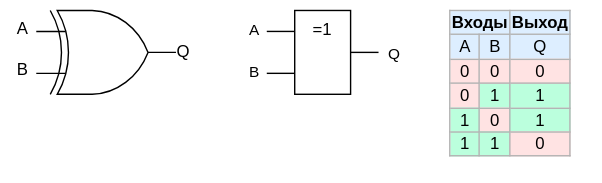
The draw.io diagram .pic/Introduction/How FPGA works/fig_03.drawio.svg in MPSU/APS, before a commit. Source tidied: cells renumbered, new cells last; positions are measured from the earlier drawing's top-left corner, leaving out a move shared by most shapes.
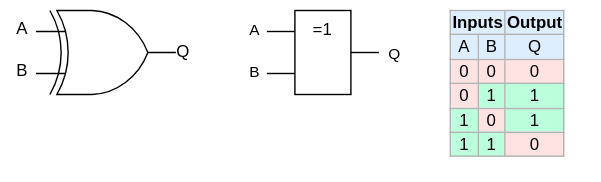
The same file after the commit.

The edit, as a diff of the source:
```diff
@@ -47,7 +47,7 @@
     <mxCell id="12" value="=1" style="rounded=0;whiteSpace=wrap;html=1;horizontal=1;verticalAlign=top;" parent="1" vertex="1">
       <mxGeometry x="210" y="7" width="40" height="60" as="geometry" />
     </mxCell>
-    <mxCell id="13" value="&lt;table border=&quot;1&quot; class=&quot;wikitable&quot; style=&quot;float: right; text-align: center; border: 1px solid rgb(179, 179, 179); border-collapse: collapse;&quot;&gt;&lt;tbody&gt;&lt;tr style=&quot;background:#def;&quot;&gt;&lt;td colspan=&quot;2&quot;&gt;&lt;b&gt;Входы&lt;/b&gt;&lt;/td&gt;&lt;td&gt;&lt;b&gt;Выход&lt;/b&gt;&lt;br&gt;&lt;/td&gt;&lt;/tr&gt;&lt;tr style=&quot;background:#def;&quot;&gt;&lt;td&gt;A&lt;/td&gt;&lt;td&gt;B&lt;/td&gt;&lt;td&gt;Q&lt;br&gt;&lt;/td&gt;&lt;/tr&gt;&lt;tr&gt;&lt;td style=&quot;background: #FFE3E3; color: black; vertical-align: middle; text-align: center;&quot; class=&quot;table-no2&quot;&gt;0&lt;/td&gt;&lt;td style=&quot;background: #FFE3E3; color: black; vertical-align: middle; text-align: center;&quot; class=&quot;table-no2&quot;&gt;0&lt;/td&gt;&lt;td style=&quot;background: #FFE3E3; color: black; vertical-align: middle; text-align: center;&quot; class=&quot;table-no2&quot;&gt;0&lt;br&gt;&lt;/td&gt;&lt;/tr&gt;&lt;tr&gt;&lt;td style=&quot;background: #FFE3E3; color: black; vertical-align: middle; text-align: center;&quot; class=&quot;table-no2&quot;&gt;0&lt;/td&gt;&lt;td style=&quot;background:#bfd; color:black; vertical-align:middle; text-align:center;&quot; class=&quot;table-yes2&quot;&gt;1&lt;/td&gt;&lt;td border=&quot;1&quot; style=&quot;background: rgb(187, 255, 221); color: black; vertical-align: middle; text-align: center; border-collapse: collapse;&quot; class=&quot;table-no2&quot;&gt;&lt;span style=&quot;&quot;&gt;1&lt;/span&gt;&lt;br&gt;&lt;/td&gt;&lt;/tr&gt;&lt;tr&gt;&lt;td style=&quot;background:#bfd; color:black; vertical-align:middle; text-align:center;&quot; class=&quot;table-yes2&quot;&gt;1&lt;/td&gt;&lt;td style=&quot;background: #FFE3E3; color: black; vertical-align: middle; text-align: center;&quot; class=&quot;table-no2&quot;&gt;0&lt;/td&gt;&lt;td style=&quot;background: rgb(187, 255, 221); color: black; vertical-align: middle; text-align: center;&quot; class=&quot;table-no2&quot;&gt;1&lt;br&gt;&lt;/td&gt;&lt;/tr&gt;&lt;tr&gt;&lt;td style=&quot;background:#bfd; color:black; vertical-align:middle; text-align:center;&quot; class=&quot;table-yes2&quot;&gt;1&lt;/td&gt;&lt;td style=&quot;background:#bfd; color:black; vertical-align:middle; text-align:center;&quot; class=&quot;table-yes2&quot;&gt;1&lt;/td&gt;&lt;td style=&quot;background: rgb(255, 227, 227); color: black; vertical-align: middle; text-align: center;&quot; class=&quot;table-yes2&quot;&gt;0&lt;br&gt;&lt;/td&gt;&lt;/tr&gt;&lt;/tbody&gt;&lt;/table&gt;" style="text;whiteSpace=wrap;html=1;strokeColor=none;" parent="1" vertex="1">
+    <mxCell id="13" value="&lt;table border=&quot;1&quot; class=&quot;wikitable&quot; style=&quot;float: right; text-align: center; border: 1px solid rgb(179, 179, 179); border-collapse: collapse;&quot;&gt;&lt;tbody&gt;&lt;tr style=&quot;background:#def;&quot;&gt;&lt;td colspan=&quot;2&quot;&gt;&lt;b&gt;Inputs&lt;/b&gt;&lt;/td&gt;&lt;td&gt;&lt;b&gt;Output&lt;/b&gt;&lt;br&gt;&lt;/td&gt;&lt;/tr&gt;&lt;tr style=&quot;background:#def;&quot;&gt;&lt;td&gt;A&lt;/td&gt;&lt;td&gt;B&lt;/td&gt;&lt;td&gt;Q&lt;br&gt;&lt;/td&gt;&lt;/tr&gt;&lt;tr&gt;&lt;td style=&quot;background: #FFE3E3; color: black; vertical-align: middle; text-align: center;&quot; class=&quot;table-no2&quot;&gt;0&lt;/td&gt;&lt;td style=&quot;background: #FFE3E3; color: black; vertical-align: middle; text-align: center;&quot; class=&quot;table-no2&quot;&gt;0&lt;/td&gt;&lt;td style=&quot;background: #FFE3E3; color: black; vertical-align: middle; text-align: center;&quot; class=&quot;table-no2&quot;&gt;0&lt;br&gt;&lt;/td&gt;&lt;/tr&gt;&lt;tr&gt;&lt;td style=&quot;background: #FFE3E3; color: black; vertical-align: middle; text-align: center;&quot; class=&quot;table-no2&quot;&gt;0&lt;/td&gt;&lt;td style=&quot;background:#bfd; color:black; vertical-align:middle; text-align:center;&quot; class=&quot;table-yes2&quot;&gt;1&lt;/td&gt;&lt;td border=&quot;1&quot; style=&quot;background: rgb(187, 255, 221); color: black; vertical-align: middle; text-align: center; border-collapse: collapse;&quot; class=&quot;table-no2&quot;&gt;&lt;span style=&quot;&quot;&gt;1&lt;/span&gt;&lt;br&gt;&lt;/td&gt;&lt;/tr&gt;&lt;tr&gt;&lt;td style=&quot;background:#bfd; color:black; vertical-align:middle; text-align:center;&quot; class=&quot;table-yes2&quot;&gt;1&lt;/td&gt;&lt;td style=&quot;background: #FFE3E3; color: black; vertical-align: middle; text-align: center;&quot; class=&quot;table-no2&quot;&gt;0&lt;/td&gt;&lt;td style=&quot;background: rgb(187, 255, 221); color: black; vertical-align: middle; text-align: center;&quot; class=&quot;table-no2&quot;&gt;1&lt;br&gt;&lt;/td&gt;&lt;/tr&gt;&lt;tr&gt;&lt;td style=&quot;background:#bfd; color:black; vertical-align:middle; text-align:center;&quot; class=&quot;table-yes2&quot;&gt;1&lt;/td&gt;&lt;td style=&quot;background:#bfd; color:black; vertical-align:middle; text-align:center;&quot; class=&quot;table-yes2&quot;&gt;1&lt;/td&gt;&lt;td style=&quot;background: rgb(255, 227, 227); color: black; vertical-align: middle; text-align: center;&quot; class=&quot;table-yes2&quot;&gt;0&lt;br&gt;&lt;/td&gt;&lt;/tr&gt;&lt;/tbody&gt;&lt;/table&gt;" style="text;whiteSpace=wrap;html=1;strokeColor=none;" parent="1" vertex="1">
       <mxGeometry x="319" width="110" height="130" as="geometry" />
     </mxCell>
   </root>
```
